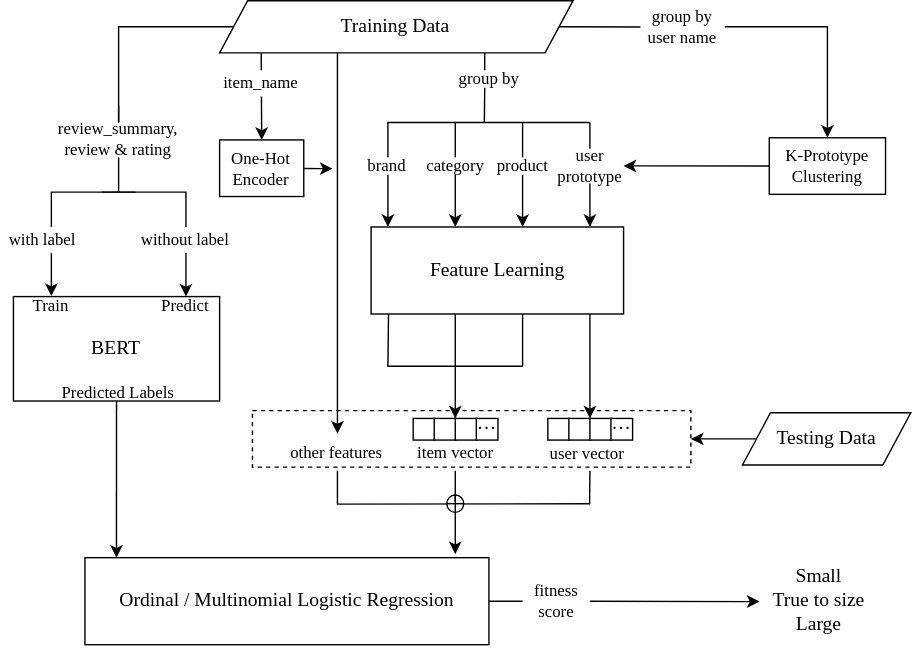
Earlier version of the draw.io export report/figs/arch.drawio.svg (Dune-Z/Machine-Learning-Project). Source tidied: cells renumbered, new cells last; positions are measured from the earlier drawing's top-left corner, leaving out a move shared by most shapes.
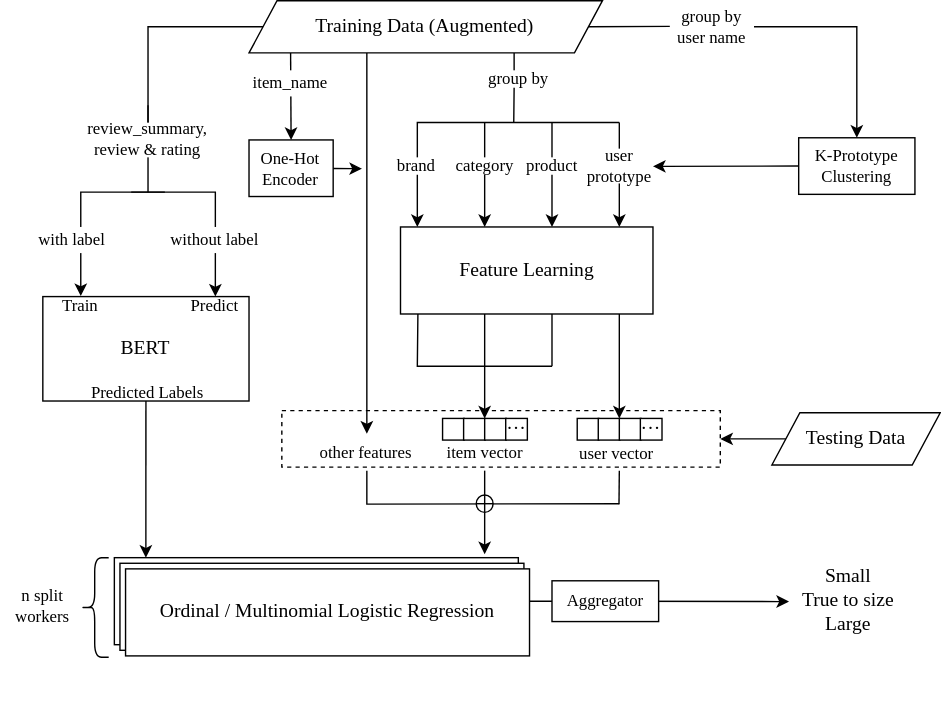
The same file after the commit.

Diff of the diagram source:
```diff
@@ -3,7 +3,7 @@
     <mxCell id="0" />
     <mxCell id="1" parent="0" />
     <mxCell id="2" style="group;fontSize=14;" parent="1" vertex="1">
-      <mxGeometry width="650" height="463.9" as="geometry" />
+      <mxGeometry width="650" height="518.9" as="geometry" />
     </mxCell>
     <mxCell id="3" style="rounded=0;whiteSpace=wrap;html=1;dashed=1;fontSize=14;strokeColor=default;fillColor=none;fontFamily=Times New Roman;" parent="2" vertex="1">
       <mxGeometry x="179.7" y="292.8" width="313.2" height="40.4" as="geometry" />
@@ -13,7 +13,7 @@
         <mxPoint x="345.4" y="87" as="targetPoint" />
       </mxGeometry>
     </mxCell>
-    <mxCell id="5" value="Training Data" style="shape=parallelogram;perimeter=parallelogramPerimeter;whiteSpace=wrap;html=1;fixedSize=1;fontSize=14;fontFamily=Times New Roman;" parent="2" vertex="1">
+    <mxCell id="5" value="Training Data (Augmented)" style="shape=parallelogram;perimeter=parallelogramPerimeter;whiteSpace=wrap;html=1;fixedSize=1;fontSize=14;fontFamily=Times New Roman;" parent="2" vertex="1">
       <mxGeometry x="156.3" width="252.5" height="37.3" as="geometry" />
     </mxCell>
     <mxCell id="6" style="edgeStyle=elbowEdgeStyle;rounded=0;elbow=vertical;html=1;entryX=0.25;entryY=0;entryDx=0;entryDy=0;fontFamily=Times New Roman;fontSize=14;" parent="2" edge="1">
@@ -256,11 +256,10 @@
     <mxCell id="60" style="rounded=0;elbow=vertical;html=1;exitX=0.5;exitY=1;exitDx=0;exitDy=0;fontSize=14;endArrow=classic;endFill=1;fontFamily=Times New Roman;entryX=0.078;entryY=0;entryDx=0;entryDy=0;entryPerimeter=0;" parent="2" edge="1" source="45" target="56">
       <mxGeometry relative="1" as="geometry" />
     </mxCell>
-    <mxCell id="61" value="fitness&lt;br style=&quot;font-size: 12px;&quot;&gt;score" style="text;html=1;strokeColor=none;fillColor=default;align=center;verticalAlign=middle;whiteSpace=wrap;rounded=0;fontSize=12;fontFamily=Times New Roman;" parent="2" vertex="1">
-      <mxGeometry x="372.7" y="418" width="48.1" height="21.8" as="geometry" />
-    </mxCell>
-    <mxCell id="62" style="edgeStyle=none;rounded=0;html=1;exitX=1;exitY=0.5;exitDx=0;exitDy=0;fontSize=14;endArrow=none;endFill=1;elbow=vertical;entryX=0;entryY=0.5;entryDx=0;entryDy=0;fontFamily=Times New Roman;" parent="2" edge="1" source="56" target="61">
-      <mxGeometry relative="1" as="geometry" />
+    <mxCell id="62" style="edgeStyle=none;rounded=0;html=1;exitX=1;exitY=0.5;exitDx=0;exitDy=0;fontSize=14;endArrow=none;endFill=1;elbow=vertical;entryX=0;entryY=0.5;entryDx=0;entryDy=0;fontFamily=Times New Roman;" parent="2" edge="1" source="56">
+      <mxGeometry relative="1" as="geometry">
+        <mxPoint x="372.7" y="428.9" as="targetPoint" />
+      </mxGeometry>
     </mxCell>
     <mxCell id="63" value="&lt;font style=&quot;font-size: 12px;&quot;&gt;One-Hot&lt;br style=&quot;font-size: 12px;&quot;&gt;Encoder&lt;br style=&quot;font-size: 12px;&quot;&gt;&lt;/font&gt;" style="rounded=0;whiteSpace=wrap;html=1;fontSize=12;strokeColor=default;fillColor=default;fontFamily=Times New Roman;" parent="2" vertex="1">
       <mxGeometry x="156.3" y="99.5" width="60.1" height="40.4" as="geometry" />
@@ -273,13 +272,30 @@
     <mxCell id="65" value="item_name" style="text;html=1;strokeColor=none;fillColor=default;align=center;verticalAlign=middle;whiteSpace=wrap;rounded=0;fontSize=12;fontFamily=Times New Roman;" parent="2" vertex="1">
       <mxGeometry x="162.3" y="49.7" width="48.1" height="18.6" as="geometry" />
     </mxCell>
-    <mxCell id="66" style="edgeStyle=none;rounded=0;html=1;exitX=1;exitY=0.5;exitDx=0;exitDy=0;fontSize=14;endArrow=classic;endFill=1;elbow=vertical;entryX=-0.024;entryY=0.505;entryDx=0;entryDy=0;fontFamily=Times New Roman;startArrow=none;entryPerimeter=0;" parent="2" edge="1" source="61" target="59">
-      <mxGeometry relative="1" as="geometry" />
+    <mxCell id="66" style="edgeStyle=none;rounded=0;html=1;exitX=1;exitY=0.5;exitDx=0;exitDy=0;fontSize=14;endArrow=classic;endFill=1;elbow=vertical;entryX=-0.024;entryY=0.505;entryDx=0;entryDy=0;fontFamily=Times New Roman;startArrow=none;entryPerimeter=0;" parent="2" edge="1" target="59">
+      <mxGeometry relative="1" as="geometry">
+        <mxPoint x="420.8" y="428.9" as="sourcePoint" />
+      </mxGeometry>
     </mxCell>
+    <mxCell id="68" value="Aggregator" style="rounded=0;whiteSpace=wrap;html=1;fontSize=12;strokeColor=default;fillColor=default;fontFamily=Times New Roman;" parent="2" vertex="1">
+      <mxGeometry x="372.7" y="414.4" width="76.2" height="29.1" as="geometry" />
+    </mxCell>
+    <mxCell id="69" style="shape=curlyBracket;whiteSpace=wrap;html=1;rounded=1;" parent="2" vertex="1">
+      <mxGeometry x="36.1" y="397.8" width="20" height="71.1" as="geometry" />
+    </mxCell>
+    <mxCell id="70" value="n split&lt;br&gt;&amp;nbsp;workers" style="text;html=1;strokeColor=none;fillColor=none;align=center;verticalAlign=middle;whiteSpace=wrap;rounded=0;fontSize=12;fontFamily=Times New Roman;" parent="2" vertex="1">
+      <mxGeometry x="-21" y="426.2" width="60" height="12.4" as="geometry" />
+    </mxCell>
     <mxCell id="67" style="edgeStyle=none;html=1;fontSize=12;" parent="1" edge="1" source="63">
       <mxGeometry relative="1" as="geometry">
         <mxPoint x="237" y="120" as="targetPoint" />
       </mxGeometry>
     </mxCell>
+    <mxCell id="71" value="Ordinal / Multinomial Logistic Regression" style="rounded=0;whiteSpace=wrap;html=1;fontSize=14;strokeColor=default;fillColor=default;fontFamily=Times New Roman;" parent="1" vertex="1">
+      <mxGeometry x="64.1" y="401.8" width="288.5" height="62.2" as="geometry" />
+    </mxCell>
+    <mxCell id="72" value="Ordinal / Multinomial Logistic Regression" style="rounded=0;whiteSpace=wrap;html=1;fontSize=14;strokeColor=default;fillColor=default;fontFamily=Times New Roman;" parent="1" vertex="1">
+      <mxGeometry x="68.1" y="405.8" width="288.5" height="62.2" as="geometry" />
+    </mxCell>
   </root>
 </mxGraphModel>
```
